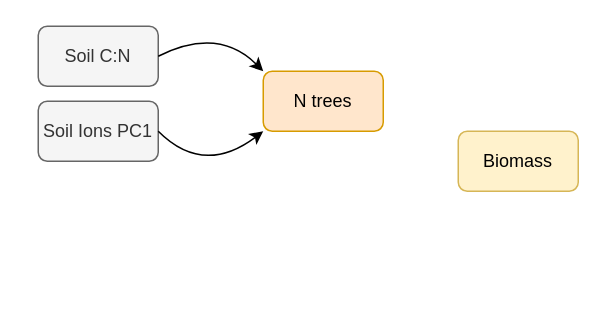
Earlier version of the draw.io diagram page "A" (1 of 5) of SEM_Conceptual.drawio (lalisarnauth/MASTERS-THESIS). Source tidied: cells renumbered, new cells numbered last; positions are measured from the earlier drawing's top-left corner, leaving out a move shared by most shapes. Both pictures are drawn from the tidied source at 150%, with x=0, y=0 at pixel (38, 26).
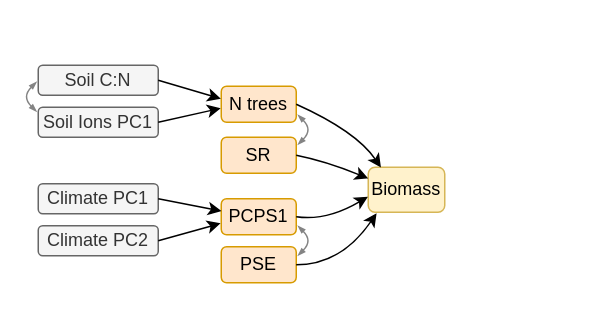
After the change.

The edit, as a diff of the source:
```diff
@@
     <mxCell id="2" value="Soil C:N" style="rounded=1;whiteSpace=wrap;html=1;fillColor=#f5f5f5;strokeColor=#666666;fontColor=#333333;" parent="1" vertex="1">
-      <mxGeometry width="80" height="40" as="geometry" />
+      <mxGeometry y="26" width="80" height="20" as="geometry" />
     </mxCell>
     <mxCell id="3" value="N trees" style="rounded=1;whiteSpace=wrap;html=1;fillColor=#ffe6cc;strokeColor=#d79b00;" parent="1" vertex="1">
-      <mxGeometry x="150" y="30" width="80" height="40" as="geometry" />
+      <mxGeometry x="122" y="40" width="50" height="24" as="geometry" />
     </mxCell>
-    <mxCell id="4" style="curved=1;endArrow=classic;html=1;rounded=0;entryX=0;entryY=0;entryDx=0;entryDy=0;exitX=1;exitY=0.5;exitDx=0;exitDy=0;" parent="1" edge="1" source="2" target="3">
-      <mxGeometry relative="1" as="geometry">
-        <Array as="points">
-          <mxPoint x="120" />
-        </Array>
-      </mxGeometry>
+    <mxCell id="4" style="curved=1;endArrow=classic;html=1;rounded=0;entryX=-0.005;entryY=0.346;entryDx=0;entryDy=0;exitX=1;exitY=0.5;exitDx=0;exitDy=0;entryPerimeter=0;" parent="1" edge="1" source="2" target="3">
+      <mxGeometry relative="1" as="geometry" />
     </mxCell>
     <mxCell id="5" value="Biomass" style="rounded=1;whiteSpace=wrap;html=1;fillColor=#fff2cc;strokeColor=#d6b656;" parent="1" vertex="1">
-      <mxGeometry x="280" y="70" width="80" height="40" as="geometry" />
+      <mxGeometry x="220" y="94" width="51" height="30" as="geometry" />
     </mxCell>
     <mxCell id="6" value="Soil Ions PC1" style="rounded=1;whiteSpace=wrap;html=1;fillColor=#f5f5f5;strokeColor=#666666;fontColor=#333333;" parent="1" vertex="1">
-      <mxGeometry y="50" width="80" height="40" as="geometry" />
+      <mxGeometry y="54" width="80" height="20" as="geometry" />
     </mxCell>
-    <mxCell id="7" style="curved=1;endArrow=classic;html=1;rounded=0;entryX=0;entryY=1;entryDx=0;entryDy=0;" parent="1" edge="1" target="3">
-      <mxGeometry relative="1" as="geometry">
-        <mxPoint x="80" y="70" as="sourcePoint" />
-        <Array as="points">
-          <mxPoint x="110" y="100" />
-        </Array>
-      </mxGeometry>
+    <mxCell id="7" style="curved=1;endArrow=classic;html=1;rounded=0;entryX=-0.008;entryY=0.612;entryDx=0;entryDy=0;exitX=1;exitY=0.5;exitDx=0;exitDy=0;entryPerimeter=0;" parent="1" edge="1" source="6" target="3">
+      <mxGeometry relative="1" as="geometry" />
     </mxCell>
+    <mxCell id="8" value="SR" style="rounded=1;whiteSpace=wrap;html=1;fillColor=#ffe6cc;strokeColor=#d79b00;" parent="1" vertex="1">
+      <mxGeometry x="122" y="74" width="50" height="24" as="geometry" />
+    </mxCell>
+    <mxCell id="9" value="Climate PC1" style="rounded=1;whiteSpace=wrap;html=1;fillColor=#f5f5f5;strokeColor=#666666;fontColor=#333333;" parent="1" vertex="1">
+      <mxGeometry y="105" width="80" height="20" as="geometry" />
+    </mxCell>
+    <mxCell id="10" value="Climate PC2" style="rounded=1;whiteSpace=wrap;html=1;fillColor=#f5f5f5;strokeColor=#666666;fontColor=#333333;" parent="1" vertex="1">
+      <mxGeometry y="133" width="80" height="20" as="geometry" />
+    </mxCell>
+    <mxCell id="11" value="PCPS1" style="rounded=1;whiteSpace=wrap;html=1;fillColor=#ffe6cc;strokeColor=#d79b00;" parent="1" vertex="1">
+      <mxGeometry x="122" y="115" width="50" height="24" as="geometry" />
+    </mxCell>
+    <mxCell id="12" value="PSE" style="rounded=1;whiteSpace=wrap;html=1;fillColor=#ffe6cc;strokeColor=#d79b00;" parent="1" vertex="1">
+      <mxGeometry x="122" y="147" width="50" height="24" as="geometry" />
+    </mxCell>
+    <mxCell id="13" style="curved=1;endArrow=classic;html=1;rounded=0;exitX=1;exitY=0.5;exitDx=0;exitDy=0;entryX=0.003;entryY=0.343;entryDx=0;entryDy=0;entryPerimeter=0;" parent="1" edge="1" source="9" target="11">
+      <mxGeometry relative="1" as="geometry" />
+    </mxCell>
+    <mxCell id="14" style="curved=1;endArrow=classic;html=1;rounded=0;entryX=-0.009;entryY=0.683;entryDx=0;entryDy=0;exitX=1;exitY=0.5;exitDx=0;exitDy=0;entryPerimeter=0;" parent="1" edge="1" source="10" target="11">
+      <mxGeometry relative="1" as="geometry" />
+    </mxCell>
+    <mxCell id="15" style="curved=1;endArrow=blockThin;html=1;rounded=0;endFill=1;strokeColor=#848484;startArrow=blockThin;startFill=1;startSize=3;endSize=3;" parent="1" edge="1">
+      <mxGeometry relative="1" as="geometry">
+        <mxPoint x="-1" y="57" as="sourcePoint" />
+        <mxPoint x="-1" y="37" as="targetPoint" />
+        <Array as="points">
+          <mxPoint x="-11" y="47" />
+        </Array>
+      </mxGeometry>
+    </mxCell>
+    <mxCell id="16" style="curved=1;endArrow=classic;html=1;rounded=0;entryX=0.166;entryY=0.005;entryDx=0;entryDy=0;exitX=1;exitY=0.5;exitDx=0;exitDy=0;entryPerimeter=0;" parent="1" edge="1" source="3" target="5">
+      <mxGeometry relative="1" as="geometry">
+        <Array as="points">
+          <mxPoint x="212" y="70" />
+        </Array>
+      </mxGeometry>
+    </mxCell>
+    <mxCell id="17" style="curved=1;endArrow=classic;html=1;rounded=0;entryX=0;entryY=0.25;entryDx=0;entryDy=0;exitX=1;exitY=0.5;exitDx=0;exitDy=0;" parent="1" edge="1" source="8" target="5">
+      <mxGeometry relative="1" as="geometry">
+        <Array as="points">
+          <mxPoint x="192" y="90" />
+        </Array>
+      </mxGeometry>
+    </mxCell>
+    <mxCell id="18" style="curved=1;endArrow=classic;html=1;rounded=0;entryX=-0.004;entryY=0.655;entryDx=0;entryDy=0;exitX=1;exitY=0.5;exitDx=0;exitDy=0;entryPerimeter=0;" parent="1" edge="1" source="11" target="5">
+      <mxGeometry relative="1" as="geometry">
+        <Array as="points">
+          <mxPoint x="192" y="130" />
+        </Array>
+      </mxGeometry>
+    </mxCell>
+    <mxCell id="19" style="curved=1;endArrow=classic;html=1;rounded=0;entryX=0.109;entryY=1.021;entryDx=0;entryDy=0;exitX=1;exitY=0.5;exitDx=0;exitDy=0;entryPerimeter=0;" parent="1" edge="1" source="12" target="5">
+      <mxGeometry relative="1" as="geometry">
+        <Array as="points">
+          <mxPoint x="202" y="159" />
+        </Array>
+      </mxGeometry>
+    </mxCell>
+    <mxCell id="20" style="curved=1;endArrow=blockThin;html=1;rounded=0;endFill=1;strokeColor=#848484;startArrow=blockThin;startFill=1;startSize=3;endSize=3;" parent="1" edge="1">
+      <mxGeometry relative="1" as="geometry">
+        <mxPoint x="173" y="79" as="sourcePoint" />
+        <mxPoint x="173" y="59" as="targetPoint" />
+        <Array as="points">
+          <mxPoint x="183" y="69" />
+        </Array>
+      </mxGeometry>
+    </mxCell>
+    <mxCell id="21" style="curved=1;endArrow=blockThin;html=1;rounded=0;endFill=1;strokeColor=#848484;startArrow=blockThin;startFill=1;startSize=3;endSize=3;" parent="1" edge="1">
+      <mxGeometry relative="1" as="geometry">
+        <mxPoint x="173" y="153" as="sourcePoint" />
+        <mxPoint x="173" y="133" as="targetPoint" />
+        <Array as="points">
+          <mxPoint x="183" y="143" />
+        </Array>
+      </mxGeometry>
+    </mxCell>
```
